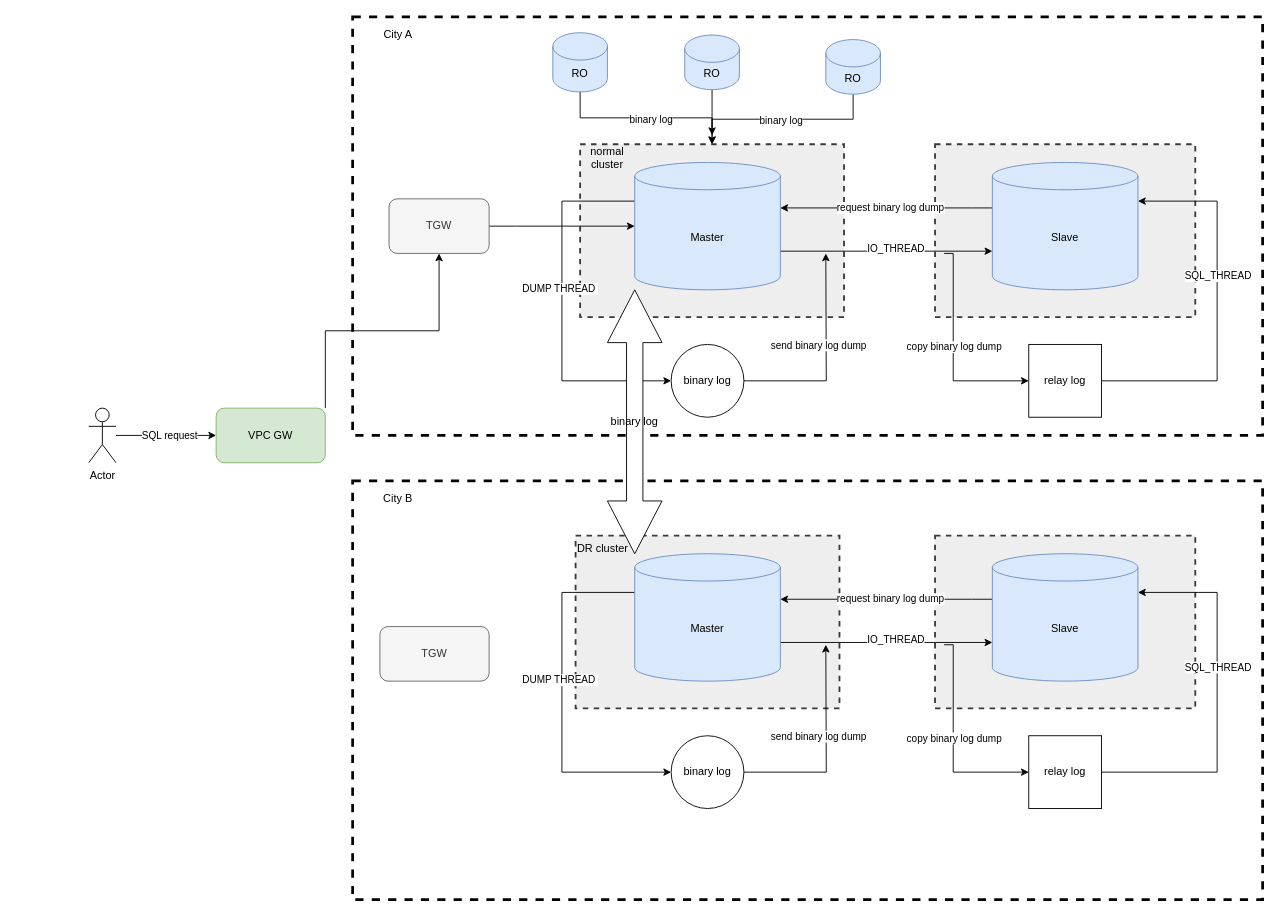
The draw.io diagram master-slave.drawio in clemenza/my-own-storm, before the edit. Source tidied: cells renumbered, new cells numbered last; positions are measured from the earlier drawing's top-left corner, leaving out a move shared by most shapes. Both pictures are drawn from the tidied source at 91%, with x=0, y=0 at pixel (88, 16).
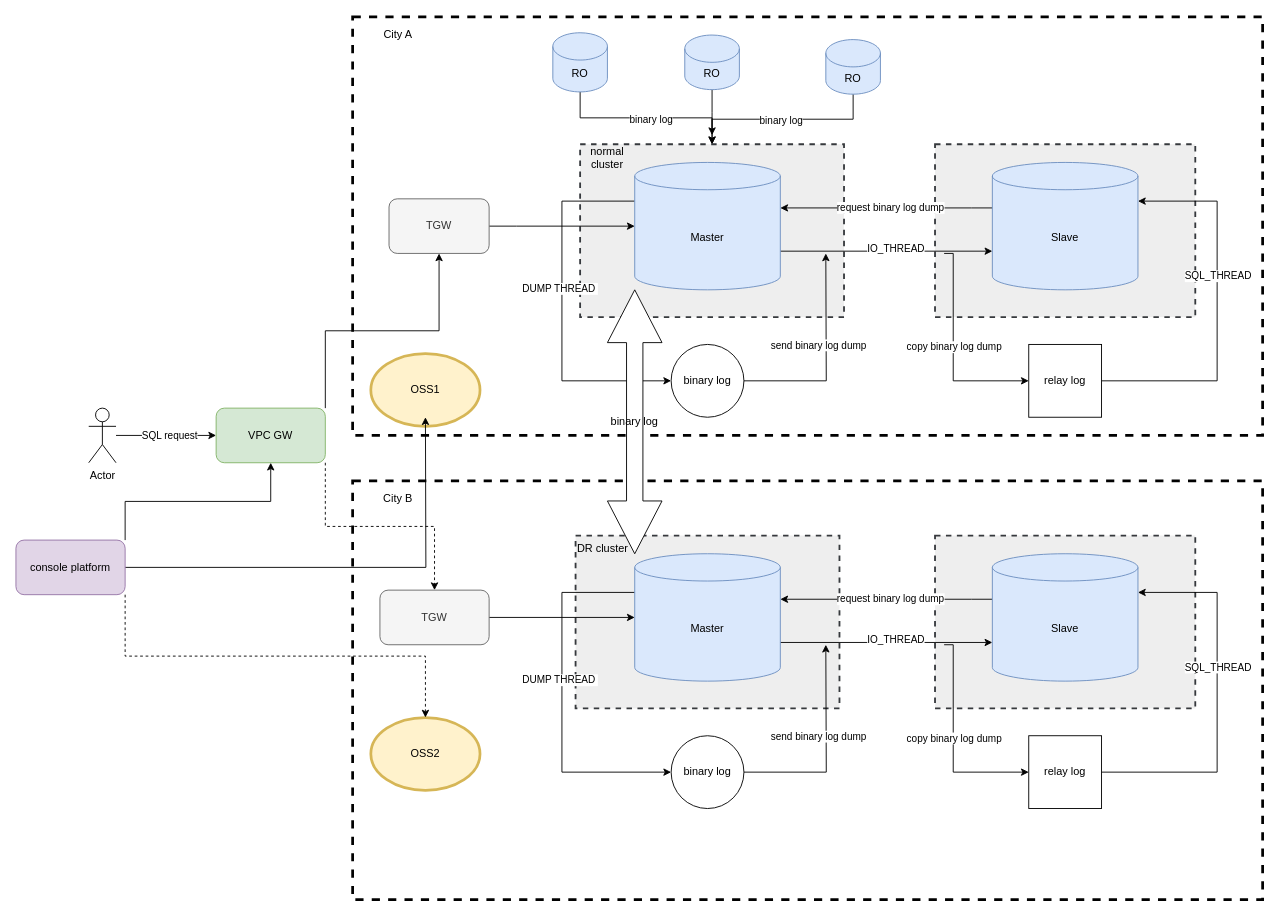
After the change.

Unchanged cells that the change refers to:
```xml
<mxCell id="30" value="Master" style="shape=cylinder3;whiteSpace=wrap;html=1;boundedLbl=1;backgroundOutline=1;size=15;fillColor=#dae8fc;strokeColor=#6c8ebf;" parent="1" vertex="1">
  <mxGeometry x="600" y="590" width="160" height="140" as="geometry" />
</mxCell>
<mxCell id="55" value="VPC GW" style="rounded=1;whiteSpace=wrap;html=1;fillColor=#d5e8d4;strokeColor=#82b366;" parent="1" vertex="1">
  <mxGeometry x="140" y="430" width="120" height="60" as="geometry" />
</mxCell>
```

Diff of the diagram source:
```diff
@@
+    <mxCell id="61" style="edgeStyle=orthogonalEdgeStyle;rounded=0;jettySize=auto;html=1;entryX=0;entryY=0.5;entryDx=0;entryDy=0;entryPerimeter=0;" parent="1" edge="1" source="53" target="30">
+      <mxGeometry relative="1" as="geometry" />
+    </mxCell>
     <mxCell id="53" value="TGW" style="rounded=1;whiteSpace=wrap;html=1;fillColor=#f5f5f5;fontColor=#333333;strokeColor=#666666;" parent="1" vertex="1">
-      <mxGeometry x="320" y="670" width="120" height="60" as="geometry" />
+      <mxGeometry x="320" y="630" width="120" height="60" as="geometry" />
     </mxCell>
@@
+    <mxCell id="62" style="edgeStyle=orthogonalEdgeStyle;rounded=0;jettySize=auto;html=1;exitX=1;exitY=1;exitDx=0;exitDy=0;dashed=1;" parent="1" edge="1" source="55" target="53">
+      <mxGeometry relative="1" as="geometry" />
+    </mxCell>
@@
+    <mxCell id="63" value="OSS1" style="ellipse;whiteSpace=wrap;html=1;strokeWidth=3;fillColor=#fff2cc;strokeColor=#d6b656;" parent="1" vertex="1">
+      <mxGeometry x="310" y="370" width="120" height="80" as="geometry" />
+    </mxCell>
+    <mxCell id="64" value="OSS2" style="ellipse;whiteSpace=wrap;html=1;strokeWidth=3;fillColor=#fff2cc;strokeColor=#d6b656;" parent="1" vertex="1">
+      <mxGeometry x="310" y="770" width="120" height="80" as="geometry" />
+    </mxCell>
+    <mxCell id="65" style="edgeStyle=orthogonalEdgeStyle;rounded=0;jettySize=auto;html=1;exitX=1;exitY=0;exitDx=0;exitDy=0;" parent="1" edge="1" source="68" target="55">
+      <mxGeometry relative="1" as="geometry" />
+    </mxCell>
+    <mxCell id="66" style="edgeStyle=orthogonalEdgeStyle;rounded=0;jettySize=auto;html=1;exitX=1;exitY=1;exitDx=0;exitDy=0;dashed=1;" parent="1" edge="1" source="68" target="64">
+      <mxGeometry relative="1" as="geometry" />
+    </mxCell>
+    <mxCell id="67" style="edgeStyle=orthogonalEdgeStyle;rounded=0;jettySize=auto;html=1;exitX=1;exitY=0.5;exitDx=0;exitDy=0;" parent="1" edge="1" source="68">
+      <mxGeometry relative="1" as="geometry">
+        <mxPoint x="370" y="440" as="targetPoint" />
+      </mxGeometry>
+    </mxCell>
+    <mxCell id="68" value="console platform" style="rounded=1;whiteSpace=wrap;html=1;strokeWidth=1;fillColor=#e1d5e7;strokeColor=#9673a6;" parent="1" vertex="1">
+      <mxGeometry x="-80" y="575" width="120" height="60" as="geometry" />
+    </mxCell>
```
